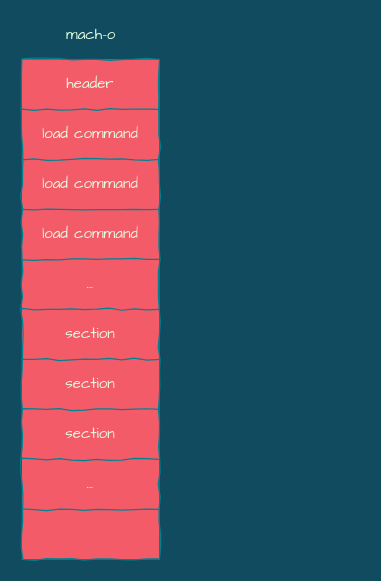
Before: fishhook/mach-o.drawio in silan-liu/drawio, a draw.io diagram. Source tidied: cells renumbered, new cells numbered last; positions are measured from the earlier drawing's top-left corner, leaving out a move shared by most shapes. Both pictures are drawn from the tidied source at 125%, with x=0, y=0 at pixel (21, 21).
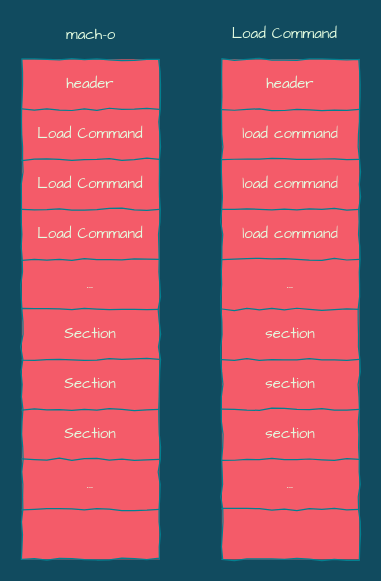
The same page after the edit.

Unchanged cells that the change refers to:
```xml
<mxCell id="5" style="shape=partialRectangle;html=1;whiteSpace=wrap;fillColor=none;top=0;left=0;bottom=0;right=0;strokeColor=#028090;fontColor=#E4FDE1;" parent="2" vertex="1">
  <mxGeometry y="40" width="110" height="40" as="geometry" />
</mxCell>
<mxCell id="7" style="shape=partialRectangle;html=1;whiteSpace=wrap;fillColor=none;top=0;left=0;bottom=0;right=0;strokeColor=#028090;fontColor=#E4FDE1;" parent="2" vertex="1">
  <mxGeometry y="80" width="110" height="40" as="geometry" />
</mxCell>
<mxCell id="9" style="shape=partialRectangle;html=1;whiteSpace=wrap;fillColor=none;top=0;left=0;bottom=0;right=0;strokeColor=#028090;fontColor=#E4FDE1;" parent="2" vertex="1">
  <mxGeometry y="120" width="110" height="40" as="geometry" />
</mxCell>
<mxCell id="13" style="shape=partialRectangle;html=1;whiteSpace=wrap;fillColor=none;top=0;left=0;bottom=0;right=0;strokeColor=#028090;fontColor=#E4FDE1;" parent="2" vertex="1">
  <mxGeometry y="200" width="110" height="40" as="geometry" />
</mxCell>
<mxCell id="15" style="shape=partialRectangle;html=1;whiteSpace=wrap;fillColor=none;top=0;left=0;bottom=0;right=0;strokeColor=#028090;fontColor=#E4FDE1;" parent="2" vertex="1">
  <mxGeometry y="240" width="110" height="40" as="geometry" />
</mxCell>
<mxCell id="17" style="shape=partialRectangle;html=1;whiteSpace=wrap;fillColor=none;top=0;left=0;bottom=0;right=0;strokeColor=#028090;fontColor=#E4FDE1;" parent="2" vertex="1">
  <mxGeometry y="280" width="110" height="40" as="geometry" />
</mxCell>
```

Diff of the diagram source:
```diff
@@
-    <mxCell id="6" value="load command" style="shape=partialRectangle;html=1;whiteSpace=wrap;overflow=hidden;fillColor=none;top=0;left=0;bottom=0;right=0;strokeColor=#028090;fontColor=#E4FDE1;fontFamily=Architects Daughter;" parent="5" vertex="1">
+    <mxCell id="6" value="Load Command" style="shape=partialRectangle;html=1;whiteSpace=wrap;overflow=hidden;fillColor=none;top=0;left=0;bottom=0;right=0;strokeColor=#028090;fontColor=#E4FDE1;fontFamily=Architects Daughter;" parent="5" vertex="1">
       <mxGeometry width="110" height="40" as="geometry" />
     </mxCell>
@@
-    <mxCell id="8" value="load command" style="shape=partialRectangle;html=1;whiteSpace=wrap;overflow=hidden;fillColor=none;top=0;left=0;bottom=0;right=0;strokeColor=#028090;fontColor=#E4FDE1;fontFamily=Architects Daughter;" parent="7" vertex="1">
+    <mxCell id="8" value="Load Command" style="shape=partialRectangle;html=1;whiteSpace=wrap;overflow=hidden;fillColor=none;top=0;left=0;bottom=0;right=0;strokeColor=#028090;fontColor=#E4FDE1;fontFamily=Architects Daughter;" parent="7" vertex="1">
       <mxGeometry width="110" height="40" as="geometry" />
     </mxCell>
@@
-    <mxCell id="10" value="load command" style="shape=partialRectangle;html=1;whiteSpace=wrap;overflow=hidden;fillColor=none;top=0;left=0;bottom=0;right=0;strokeColor=#028090;fontColor=#E4FDE1;fontFamily=Architects Daughter;" parent="9" vertex="1">
+    <mxCell id="10" value="Load Command" style="shape=partialRectangle;html=1;whiteSpace=wrap;overflow=hidden;fillColor=none;top=0;left=0;bottom=0;right=0;strokeColor=#028090;fontColor=#E4FDE1;fontFamily=Architects Daughter;" parent="9" vertex="1">
       <mxGeometry width="110" height="40" as="geometry" />
     </mxCell>
@@
-    <mxCell id="14" value="section" style="shape=partialRectangle;html=1;whiteSpace=wrap;overflow=hidden;fillColor=none;top=0;left=0;bottom=0;right=0;strokeColor=#028090;fontColor=#E4FDE1;fontFamily=Architects Daughter;" parent="13" vertex="1">
+    <mxCell id="14" value="Section" style="shape=partialRectangle;html=1;whiteSpace=wrap;overflow=hidden;fillColor=none;top=0;left=0;bottom=0;right=0;strokeColor=#028090;fontColor=#E4FDE1;fontFamily=Architects Daughter;" parent="13" vertex="1">
       <mxGeometry width="110" height="40" as="geometry" />
     </mxCell>
@@
-    <mxCell id="16" value="section" style="shape=partialRectangle;html=1;whiteSpace=wrap;overflow=hidden;fillColor=none;top=0;left=0;bottom=0;right=0;strokeColor=#028090;fontColor=#E4FDE1;fontFamily=Architects Daughter;" parent="15" vertex="1">
+    <mxCell id="16" value="Section" style="shape=partialRectangle;html=1;whiteSpace=wrap;overflow=hidden;fillColor=none;top=0;left=0;bottom=0;right=0;strokeColor=#028090;fontColor=#E4FDE1;fontFamily=Architects Daughter;" parent="15" vertex="1">
       <mxGeometry width="110" height="40" as="geometry" />
     </mxCell>
@@
-    <mxCell id="18" value="section" style="shape=partialRectangle;html=1;whiteSpace=wrap;overflow=hidden;fillColor=none;top=0;left=0;bottom=0;right=0;strokeColor=#028090;fontColor=#E4FDE1;fontFamily=Architects Daughter;" parent="17" vertex="1">
+    <mxCell id="18" value="Section" style="shape=partialRectangle;html=1;whiteSpace=wrap;overflow=hidden;fillColor=none;top=0;left=0;bottom=0;right=0;strokeColor=#028090;fontColor=#E4FDE1;fontFamily=Architects Daughter;" parent="17" vertex="1">
       <mxGeometry width="110" height="40" as="geometry" />
     </mxCell>
@@
+    <mxCell id="24" style="shape=table;html=1;whiteSpace=wrap;startSize=0;childLayout=tableLayout;comic=1;fillColor=#F45B69;strokeColor=#028090;fontColor=#E4FDE1;fontFamily=Architects Daughter;" parent="1" vertex="1">
+      <mxGeometry x="160" y="30" width="110" height="400" as="geometry" />
+    </mxCell>
+    <mxCell id="25" style="shape=partialRectangle;html=1;whiteSpace=wrap;fillColor=none;top=0;left=0;bottom=0;right=0;strokeColor=#028090;fontColor=#E4FDE1;" parent="24" vertex="1">
+      <mxGeometry width="110" height="40" as="geometry" />
+    </mxCell>
+    <mxCell id="26" value="header" style="shape=partialRectangle;html=1;whiteSpace=wrap;overflow=hidden;fillColor=none;top=0;left=0;bottom=0;right=0;strokeColor=#028090;fontColor=#E4FDE1;fontFamily=Architects Daughter;" parent="25" vertex="1">
+      <mxGeometry width="110" height="40" as="geometry" />
+    </mxCell>
+    <mxCell id="27" style="shape=partialRectangle;html=1;whiteSpace=wrap;fillColor=none;top=0;left=0;bottom=0;right=0;strokeColor=#028090;fontColor=#E4FDE1;" parent="24" vertex="1">
+      <mxGeometry y="40" width="110" height="40" as="geometry" />
+    </mxCell>
+    <mxCell id="28" value="load command" style="shape=partialRectangle;html=1;whiteSpace=wrap;overflow=hidden;fillColor=none;top=0;left=0;bottom=0;right=0;strokeColor=#028090;fontColor=#E4FDE1;fontFamily=Architects Daughter;" parent="27" vertex="1">
+      <mxGeometry width="110" height="40" as="geometry" />
+    </mxCell>
+    <mxCell id="29" style="shape=partialRectangle;html=1;whiteSpace=wrap;fillColor=none;top=0;left=0;bottom=0;right=0;strokeColor=#028090;fontColor=#E4FDE1;" parent="24" vertex="1">
+      <mxGeometry y="80" width="110" height="40" as="geometry" />
+    </mxCell>
+    <mxCell id="30" value="load command" style="shape=partialRectangle;html=1;whiteSpace=wrap;overflow=hidden;fillColor=none;top=0;left=0;bottom=0;right=0;strokeColor=#028090;fontColor=#E4FDE1;fontFamily=Architects Daughter;" parent="29" vertex="1">
+      <mxGeometry width="110" height="40" as="geometry" />
+    </mxCell>
+    <mxCell id="31" style="shape=partialRectangle;html=1;whiteSpace=wrap;fillColor=none;top=0;left=0;bottom=0;right=0;strokeColor=#028090;fontColor=#E4FDE1;" parent="24" vertex="1">
+      <mxGeometry y="120" width="110" height="40" as="geometry" />
+    </mxCell>
+    <mxCell id="32" value="load command" style="shape=partialRectangle;html=1;whiteSpace=wrap;overflow=hidden;fillColor=none;top=0;left=0;bottom=0;right=0;strokeColor=#028090;fontColor=#E4FDE1;fontFamily=Architects Daughter;" parent="31" vertex="1">
+      <mxGeometry width="110" height="40" as="geometry" />
+    </mxCell>
+    <mxCell id="33" style="shape=partialRectangle;html=1;whiteSpace=wrap;fillColor=none;top=0;left=0;bottom=0;right=0;strokeColor=#028090;fontColor=#E4FDE1;" parent="24" vertex="1">
+      <mxGeometry y="160" width="110" height="40" as="geometry" />
+    </mxCell>
+    <mxCell id="34" value="..." style="shape=partialRectangle;html=1;whiteSpace=wrap;overflow=hidden;fillColor=none;top=0;left=0;bottom=0;right=0;strokeColor=#028090;fontColor=#E4FDE1;fontFamily=Architects Daughter;" parent="33" vertex="1">
+      <mxGeometry width="110" height="40" as="geometry" />
+    </mxCell>
+    <mxCell id="35" style="shape=partialRectangle;html=1;whiteSpace=wrap;fillColor=none;top=0;left=0;bottom=0;right=0;strokeColor=#028090;fontColor=#E4FDE1;" parent="24" vertex="1">
+      <mxGeometry y="200" width="110" height="40" as="geometry" />
+    </mxCell>
+    <mxCell id="36" value="section" style="shape=partialRectangle;html=1;whiteSpace=wrap;overflow=hidden;fillColor=none;top=0;left=0;bottom=0;right=0;strokeColor=#028090;fontColor=#E4FDE1;fontFamily=Architects Daughter;" parent="35" vertex="1">
+      <mxGeometry width="110" height="40" as="geometry" />
+    </mxCell>
+    <mxCell id="37" style="shape=partialRectangle;html=1;whiteSpace=wrap;fillColor=none;top=0;left=0;bottom=0;right=0;strokeColor=#028090;fontColor=#E4FDE1;" parent="24" vertex="1">
+      <mxGeometry y="240" width="110" height="40" as="geometry" />
+    </mxCell>
+    <mxCell id="38" value="section" style="shape=partialRectangle;html=1;whiteSpace=wrap;overflow=hidden;fillColor=none;top=0;left=0;bottom=0;right=0;strokeColor=#028090;fontColor=#E4FDE1;fontFamily=Architects Daughter;" parent="37" vertex="1">
+      <mxGeometry width="110" height="40" as="geometry" />
+    </mxCell>
+    <mxCell id="39" style="shape=partialRectangle;html=1;whiteSpace=wrap;fillColor=none;top=0;left=0;bottom=0;right=0;strokeColor=#028090;fontColor=#E4FDE1;" parent="24" vertex="1">
+      <mxGeometry y="280" width="110" height="40" as="geometry" />
+    </mxCell>
+    <mxCell id="40" value="section" style="shape=partialRectangle;html=1;whiteSpace=wrap;overflow=hidden;fillColor=none;top=0;left=0;bottom=0;right=0;strokeColor=#028090;fontColor=#E4FDE1;fontFamily=Architects Daughter;" parent="39" vertex="1">
+      <mxGeometry width="110" height="40" as="geometry" />
+    </mxCell>
+    <mxCell id="41" style="shape=partialRectangle;html=1;whiteSpace=wrap;fillColor=none;top=0;left=0;bottom=0;right=0;strokeColor=#028090;fontColor=#E4FDE1;" parent="24" vertex="1">
+      <mxGeometry y="320" width="110" height="40" as="geometry" />
+    </mxCell>
+    <mxCell id="42" value="..." style="shape=partialRectangle;html=1;whiteSpace=wrap;overflow=hidden;fillColor=none;top=0;left=0;bottom=0;right=0;strokeColor=#028090;fontColor=#E4FDE1;fontFamily=Architects Daughter;" parent="41" vertex="1">
+      <mxGeometry width="110" height="40" as="geometry" />
+    </mxCell>
+    <mxCell id="43" style="shape=partialRectangle;html=1;whiteSpace=wrap;fillColor=none;top=0;left=0;bottom=0;right=0;strokeColor=#028090;fontColor=#E4FDE1;" parent="24" vertex="1">
+      <mxGeometry y="360" width="110" height="40" as="geometry" />
+    </mxCell>
+    <mxCell id="44" style="shape=partialRectangle;html=1;whiteSpace=wrap;overflow=hidden;fillColor=none;top=0;left=0;bottom=0;right=0;strokeColor=#028090;fontColor=#E4FDE1;fontFamily=Architects Daughter;" parent="43" vertex="1">
+      <mxGeometry width="110" height="40" as="geometry" />
+    </mxCell>
+    <mxCell id="45" value="Load Command" style="text;html=1;align=center;verticalAlign=middle;fontFamily=Architects Daughter;fontColor=#E4FDE1;" parent="1" vertex="1">
+      <mxGeometry x="160" width="100" height="20" as="geometry" />
+    </mxCell>
```
